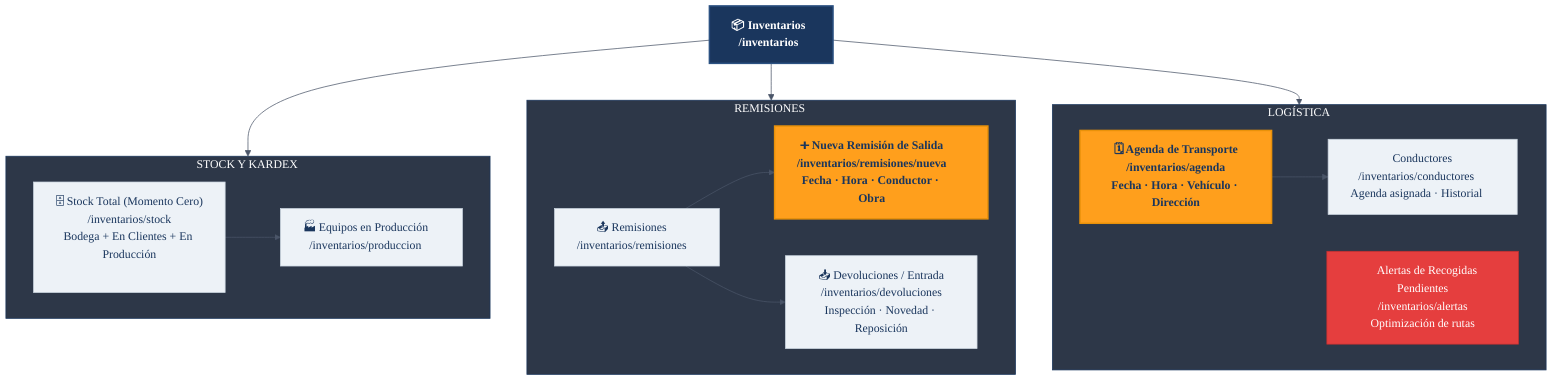
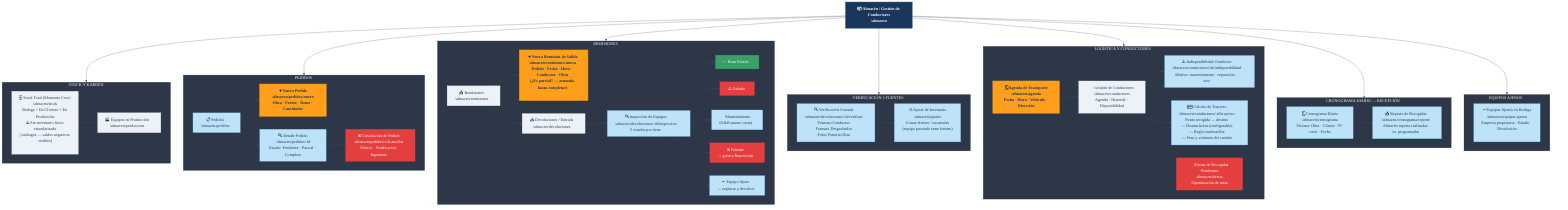
%%{init: {
  'theme': 'base',
  'themeVariables': {
    'primaryColor': '#1A365D',
    'primaryTextColor': '#FFFFFF',
    'primaryBorderColor': '#1A365D',
    'lineColor': '#4A5568',
    'secondaryColor': '#EDF2F7',
    'clusterBkg': '#2D3748',
    'clusterBorder': '#1A365D',
    'titleColor': '#FFFFFF',
    'edgeLabelBackground': '#F7FAFC',
    'fontFamily': 'Montserrat, sans-serif'
  }
}}%%

flowchart TD
    classDef modulo  fill:#1A365D,color:#FFFFFF,stroke:#2C5282,stroke-width:2px,font-weight:bold
    classDef pagina  fill:#EDF2F7,color:#1A365D,stroke:#CBD5E0,stroke-width:1px
    classDef cta     fill:#FF9F1C,color:#1A365D,stroke:#E8910A,stroke-width:2px,font-weight:bold
    classDef alerta  fill:#E53E3E,color:#FFFFFF,stroke:#C53030,stroke-width:1px
    classDef exito   fill:#38A169,color:#FFFFFF,stroke:#2F855A,stroke-width:1px
+     classDef nuevo   fill:#BEE3F8,color:#1A365D,stroke:#3182CE,stroke-width:1px

-     INV["📦 Inventarios\n/inventarios"]:::modulo
+     INV["📦 Almacén / Gestión de Conductores\n/almacen"]:::modulo

    subgraph S_STOCK["STOCK Y KARDEX"]
-         INV_STOCK["🗄️ Stock Total (Momento Cero)\n/inventarios/stock\nBodega + En Clientes + En Producción"]:::pagina
-         INV_PROD["🏭 Equipos en Producción\n/inventarios/produccion"]:::pagina
+         INV_STOCK["🗄️ Stock Total (Momento Cero)\n/almacen/stock\nBodega + En Clientes + En Producción\n⚠️ Sin inventario físico estandarizado\n(catálogos — saldos negativos visibles)"]:::pagina
+         INV_PROD["🏭 Equipos en Producción\n/almacen/produccion"]:::pagina
        INV_STOCK --> INV_PROD
    end

+     subgraph S_PEDIDOS["PEDIDOS"]
+         INV_PED["📋 Pedidos\n/almacen/pedidos"]:::nuevo
+         INV_PED_NEW["➕ Nuevo Pedido\n/almacen/pedidos/nuevo\nObra · Frente · Ítems · Cantidades"]:::cta
+         INV_PED_DET["🔍 Detalle Pedido\n/almacen/pedidos/:id\nEstado: Pendiente · Parcial · Completo"]:::nuevo
+         INV_CANCEL["❌ Cancelación de Pedido\n/almacen/pedidos/:id/cancelar\nMotivo · Notificación Ingeniería"]:::alerta
+         INV_PED --> INV_PED_NEW & INV_PED_DET
+         INV_PED_DET --> INV_CANCEL
+     end
+ 
    subgraph S_REM["REMISIONES"]
-         INV_REM["📤 Remisiones\n/inventarios/remisiones"]:::pagina
-         INV_REM_NEW["➕ Nueva Remisión de Salida\n/inventarios/remisiones/nueva\nFecha · Hora · Conductor · Obra"]:::cta
-         INV_DEV["📥 Devoluciones / Entrada\n/inventarios/devoluciones\nInspección · Novedad · Reposición"]:::pagina
+         INV_REM["📤 Remisiones\n/almacen/remisiones"]:::pagina
+         INV_REM_NEW["➕ Nueva Remisión de Salida\n/almacen/remisiones/nueva\nPedido · Fecha · Hora · Conductor · Obra\n(¿Es parcial? — acumula hasta completar)"]:::cta
+         INV_DEV["📥 Devoluciones / Entrada\n/almacen/devoluciones"]:::pagina
+         INV_INSP["🔍 Inspección de Equipos\n/almacen/devoluciones/:id/inspeccion\n5 estados por ítem:"]:::nuevo
+         INV_OK["✅ Buen Estado"]:::exito
+         INV_DAN["⚠️ Dañado"]:::alerta
+         INV_MANT["🔧 Mantenimiento\n(G&H asume costo)"]:::nuevo
+         INV_FALT["❌ Faltante\n→ genera Reposición"]:::alerta
+         INV_AJENO["↩️ Equipo Ajeno\n→ registrar y devolver"]:::nuevo
        INV_REM --> INV_REM_NEW
        INV_REM --> INV_DEV
+         INV_DEV --> INV_INSP
+         INV_INSP --> INV_OK & INV_DAN & INV_MANT & INV_FALT & INV_AJENO
    end

-     subgraph S_LOGISTICA["LOGÍSTICA"]
-         INV_AGENDA["🗓️ Agenda de Transporte\n/inventarios/agenda\nFecha · Hora · Vehículo · Dirección"]:::cta
-         INV_COND["🚛 Conductores\n/inventarios/conductores\nAgenda asignada · Historial"]:::pagina
-         INV_ALERTA["🔔 Alertas de Recogidas Pendientes\n/inventarios/alertas\nOptimización de rutas"]:::alerta
-         INV_AGENDA --> INV_COND
+     subgraph S_VER["VERIFICACIÓN 3 FUENTES"]
+         INV_VF["🔍 Verificación Cruzada\n/almacen/devoluciones/:id/verificar\nFormato Conductor\nFormato Despachador\nFotos Portería Obra"]:::nuevo
+         INV_AJUSTE["⚖️ Ajuste de Inventario\n/almacen/ajustes\nCruzar frentes / sucursales\n(equipo prestado entre frentes)"]:::nuevo
+         INV_VF --> INV_AJUSTE
    end

-     INV --> S_STOCK & S_REM & S_LOGISTICA
+     subgraph S_LOGISTICA["LOGÍSTICA Y CONDUCTORES"]
+         INV_AGENDA["🗓️ Agenda de Transporte\n/almacen/agenda\nFecha · Hora · Vehículo · Dirección"]:::cta
+         INV_COND["🚛 Gestión de Conductores\n/almacen/conductores\nAgenda · Historial · Disponibilidad"]:::pagina
+         INV_COND_INDISP["⚠️ Indisponibilidad Conductor\n/almacen/conductores/:id/indisponibilidad\nMotivo: mantenimiento · reposición · otro\nFechas desde/hasta"]:::nuevo
+         INV_TRAY["🗺️ Cálculo de Trayecto\n/almacen/conductores/:id/trayecto\nPunto recogida → destino\n― Distancia km (configurable)\n― Regla combustible\n― Peso y volumen del camión"]:::nuevo
+         INV_ALERTA["🔔 Alertas de Recogidas Pendientes\n/almacen/alertas\nOptimización de rutas"]:::alerta
+         INV_AGENDA --> INV_COND
+         INV_COND --> INV_COND_INDISP & INV_TRAY
+     end
+ 
+     subgraph S_CRONOGRAMA["CRONOGRAMA DIARIO — RECEPCIÓN"]
+         INV_CRONO["🗓️ Cronograma Diario\n/almacen/cronograma\nViviana: Obra · Cliente · N° corte · Fecha"]:::nuevo
+         INV_CRONO_REP["📤 Reporte de Recogidas\n/almacen/cronograma/reporte\nAlmacén reporta realizadas vs. programadas"]:::nuevo
+         INV_CRONO --> INV_CRONO_REP
+     end
+ 
+     subgraph S_AJENOS["EQUIPOS AJENOS"]
+         INV_AJENOS_LIST["↩️ Equipos Ajenos en Bodega\n/almacen/equipos-ajenos\nEmpresa propietaria · Estado · Devolución"]:::nuevo
+     end
+ 
+     INV --> S_STOCK & S_PEDIDOS & S_REM & S_VER & S_LOGISTICA & S_CRONOGRAMA & S_AJENOS
